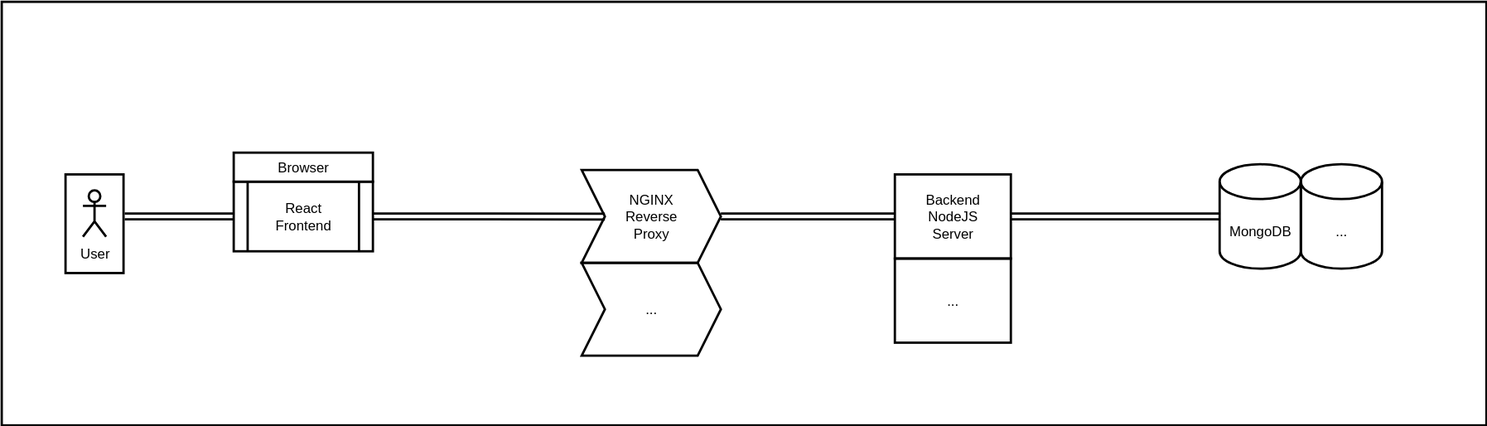
This is docs/ADAD_project_architecture.svg from rodfer0x80/meti-adad, a draw.io export, as it was before one commit. Source tidied: cells renumbered, new cells last; positions are measured from the earlier drawing's top-left corner, leaving out a move shared by most shapes. Source of this version:
```xml
<mxGraphModel>
  <root>
    <mxCell id="0" />
    <mxCell id="1" parent="0" />
    <mxCell id="2" style="rounded=0;whiteSpace=wrap;html=1;strokeWidth=2;fillColor=none;" parent="1" vertex="1">
      <mxGeometry width="1280" height="365" as="geometry" />
    </mxCell>
    <mxCell id="3" value="User" style="shape=umlActor;verticalLabelPosition=bottom;verticalAlign=top;html=1;strokeWidth=2;" parent="1" vertex="1">
      <mxGeometry x="70" y="162.5" width="20" height="40" as="geometry" />
    </mxCell>
    <mxCell id="4" style="edgeStyle=orthogonalEdgeStyle;rounded=0;jettySize=auto;html=1;strokeWidth=2;shape=link;" parent="1" edge="1" source="5">
      <mxGeometry relative="1" as="geometry">
        <mxPoint x="520" y="185.1" as="targetPoint" />
      </mxGeometry>
    </mxCell>
    <mxCell id="5" value="React&lt;div&gt;Frontend&lt;/div&gt;" style="shape=process;whiteSpace=wrap;html=1;backgroundOutline=1;fillColor=none;strokeWidth=2;" parent="1" vertex="1">
      <mxGeometry x="200" y="155" width="120" height="60" as="geometry" />
    </mxCell>
    <mxCell id="6" value="Browser" style="rounded=0;whiteSpace=wrap;html=1;strokeWidth=2;" parent="1" vertex="1">
      <mxGeometry x="200" y="130" width="120" height="25" as="geometry" />
    </mxCell>
    <mxCell id="7" style="rounded=0;jettySize=auto;html=1;strokeWidth=2;shape=link;" parent="1" edge="1" target="9">
      <mxGeometry relative="1" as="geometry">
        <mxPoint x="620" y="185" as="sourcePoint" />
      </mxGeometry>
    </mxCell>
    <mxCell id="8" style="edgeStyle=orthogonalEdgeStyle;rounded=0;orthogonalLoop=1;jettySize=auto;html=1;shape=link;strokeWidth=2;" parent="1" edge="1">
      <mxGeometry relative="1" as="geometry">
        <mxPoint x="106" y="185" as="sourcePoint" />
        <mxPoint x="200" y="185" as="targetPoint" />
      </mxGeometry>
    </mxCell>
    <mxCell id="9" value="Backend&lt;br&gt;NodeJS&lt;br&gt;Server" style="rounded=0;whiteSpace=wrap;html=1;fillColor=none;strokeWidth=2;" parent="1" vertex="1">
      <mxGeometry x="770" y="148.8" width="100" height="72.5" as="geometry" />
    </mxCell>
    <mxCell id="10" style="rounded=0;whiteSpace=wrap;html=1;fillColor=none;strokeWidth=2;perimeterSpacing=1;" parent="1" vertex="1">
      <mxGeometry x="55" y="148.8" width="50" height="85" as="geometry" />
    </mxCell>
    <mxCell id="11" value="MongoDB" style="shape=cylinder3;whiteSpace=wrap;html=1;boundedLbl=1;backgroundOutline=1;size=15;strokeWidth=2;fillColor=none;" parent="1" vertex="1">
      <mxGeometry x="1050" y="140" width="70" height="90" as="geometry" />
    </mxCell>
    <mxCell id="12" value="..." style="shape=cylinder3;whiteSpace=wrap;html=1;boundedLbl=1;backgroundOutline=1;size=15;strokeWidth=2;fillColor=none;" parent="1" vertex="1">
      <mxGeometry x="1120" y="140" width="70" height="90" as="geometry" />
    </mxCell>
    <mxCell id="13" value="..." style="rounded=0;whiteSpace=wrap;html=1;fillColor=none;strokeWidth=2;" parent="1" vertex="1">
      <mxGeometry x="770" y="221.2" width="100" height="72.5" as="geometry" />
    </mxCell>
    <mxCell id="14" value="NGINX&lt;div&gt;Reverse&lt;br&gt;Proxy&lt;/div&gt;" style="shape=step;perimeter=stepPerimeter;whiteSpace=wrap;html=1;fixedSize=1;fillColor=none;strokeWidth=2;" parent="1" vertex="1">
      <mxGeometry x="500" y="145" width="120" height="80" as="geometry" />
    </mxCell>
    <mxCell id="15" value="..." style="shape=step;perimeter=stepPerimeter;whiteSpace=wrap;html=1;fixedSize=1;fillColor=none;strokeWidth=2;" parent="1" vertex="1">
      <mxGeometry x="500" y="225" width="120" height="80" as="geometry" />
    </mxCell>
    <mxCell id="16" style="edgeStyle=orthogonalEdgeStyle;rounded=0;jettySize=auto;html=1;entryX=0;entryY=0.5;entryDx=0;entryDy=0;entryPerimeter=0;strokeWidth=2;shape=link;" parent="1" edge="1" source="9" target="11">
      <mxGeometry relative="1" as="geometry" />
    </mxCell>
  </root>
</mxGraphModel>
```
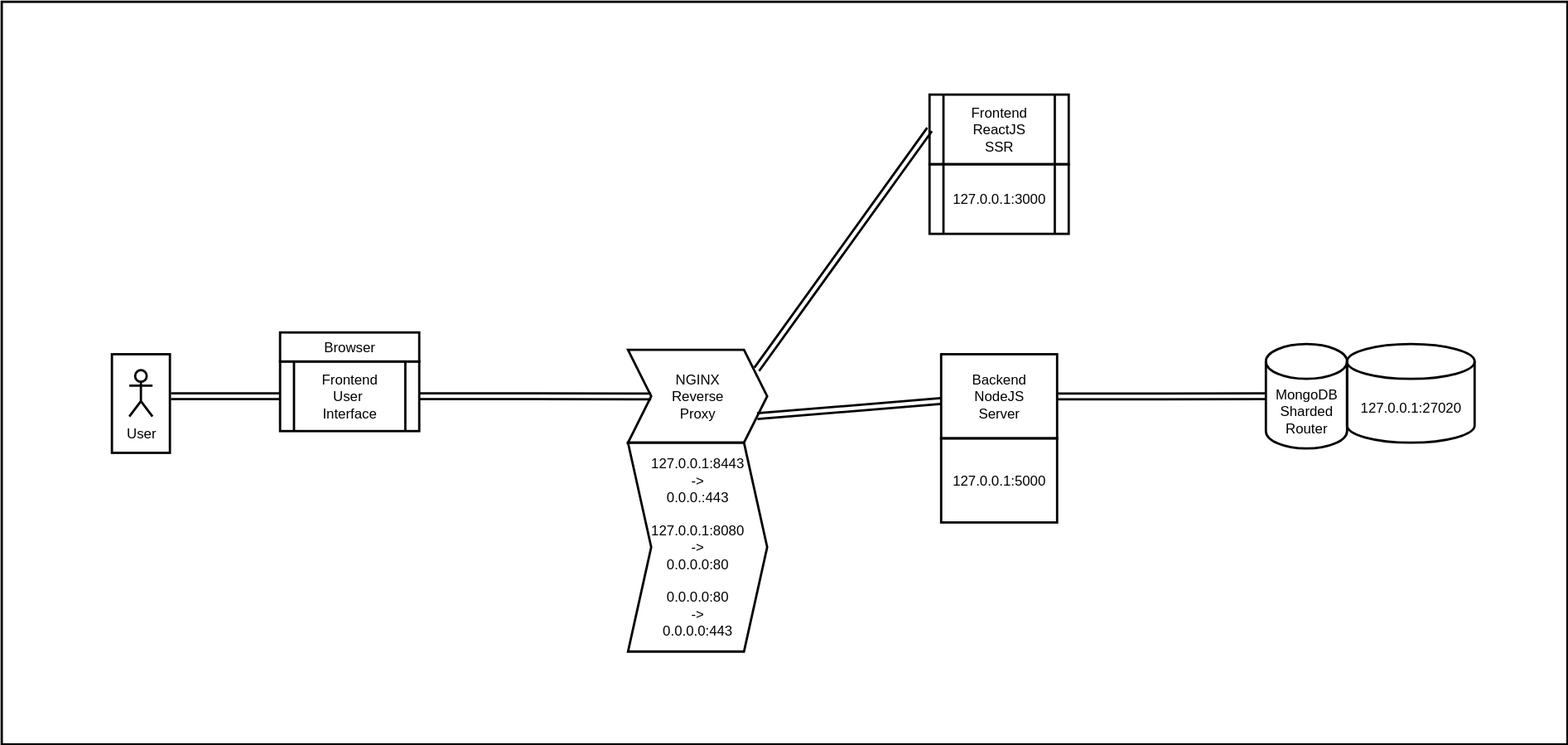
After the commit.

Change to the diagram source:
```diff
@@ -3,7 +3,7 @@
     <mxCell id="0" />
     <mxCell id="1" parent="0" />
     <mxCell id="2" style="rounded=0;whiteSpace=wrap;html=1;strokeWidth=2;fillColor=none;" parent="1" vertex="1">
-      <mxGeometry width="1280" height="365" as="geometry" />
+      <mxGeometry x="-40" y="-155" width="1350" height="640" as="geometry" />
     </mxCell>
     <mxCell id="3" value="User" style="shape=umlActor;verticalLabelPosition=bottom;verticalAlign=top;html=1;strokeWidth=2;" parent="1" vertex="1">
       <mxGeometry x="70" y="162.5" width="20" height="40" as="geometry" />
@@ -13,16 +13,14 @@
         <mxPoint x="520" y="185.1" as="targetPoint" />
       </mxGeometry>
     </mxCell>
-    <mxCell id="5" value="React&lt;div&gt;Frontend&lt;/div&gt;" style="shape=process;whiteSpace=wrap;html=1;backgroundOutline=1;fillColor=none;strokeWidth=2;" parent="1" vertex="1">
+    <mxCell id="5" value="&lt;div&gt;Frontend&lt;/div&gt;&lt;div&gt;User&amp;nbsp;&lt;/div&gt;&lt;div&gt;Interface&lt;/div&gt;" style="shape=process;whiteSpace=wrap;html=1;backgroundOutline=1;fillColor=none;strokeWidth=2;" parent="1" vertex="1">
       <mxGeometry x="200" y="155" width="120" height="60" as="geometry" />
     </mxCell>
     <mxCell id="6" value="Browser" style="rounded=0;whiteSpace=wrap;html=1;strokeWidth=2;" parent="1" vertex="1">
       <mxGeometry x="200" y="130" width="120" height="25" as="geometry" />
     </mxCell>
-    <mxCell id="7" style="rounded=0;jettySize=auto;html=1;strokeWidth=2;shape=link;" parent="1" edge="1" target="9">
-      <mxGeometry relative="1" as="geometry">
-        <mxPoint x="620" y="185" as="sourcePoint" />
-      </mxGeometry>
+    <mxCell id="7" style="rounded=0;jettySize=auto;html=1;strokeWidth=2;shape=link;exitX=1;exitY=0.75;exitDx=0;exitDy=0;" parent="1" edge="1" source="14" target="9">
+      <mxGeometry relative="1" as="geometry" />
     </mxCell>
     <mxCell id="8" style="edgeStyle=orthogonalEdgeStyle;rounded=0;orthogonalLoop=1;jettySize=auto;html=1;shape=link;strokeWidth=2;" parent="1" edge="1">
       <mxGeometry relative="1" as="geometry">
@@ -36,23 +34,34 @@
     <mxCell id="10" style="rounded=0;whiteSpace=wrap;html=1;fillColor=none;strokeWidth=2;perimeterSpacing=1;" parent="1" vertex="1">
       <mxGeometry x="55" y="148.8" width="50" height="85" as="geometry" />
     </mxCell>
-    <mxCell id="11" value="MongoDB" style="shape=cylinder3;whiteSpace=wrap;html=1;boundedLbl=1;backgroundOutline=1;size=15;strokeWidth=2;fillColor=none;" parent="1" vertex="1">
+    <mxCell id="11" value="MongoDB&lt;div&gt;Sharded&lt;br&gt;Router&lt;/div&gt;" style="shape=cylinder3;whiteSpace=wrap;html=1;boundedLbl=1;backgroundOutline=1;size=15;strokeWidth=2;fillColor=none;" parent="1" vertex="1">
       <mxGeometry x="1050" y="140" width="70" height="90" as="geometry" />
     </mxCell>
-    <mxCell id="12" value="..." style="shape=cylinder3;whiteSpace=wrap;html=1;boundedLbl=1;backgroundOutline=1;size=15;strokeWidth=2;fillColor=none;" parent="1" vertex="1">
-      <mxGeometry x="1120" y="140" width="70" height="90" as="geometry" />
+    <mxCell id="12" value="127.0.0.1:27020" style="shape=cylinder3;whiteSpace=wrap;html=1;boundedLbl=1;backgroundOutline=1;size=15;strokeWidth=2;fillColor=none;" parent="1" vertex="1">
+      <mxGeometry x="1120" y="140" width="110" height="85" as="geometry" />
     </mxCell>
-    <mxCell id="13" value="..." style="rounded=0;whiteSpace=wrap;html=1;fillColor=none;strokeWidth=2;" parent="1" vertex="1">
+    <mxCell id="13" value="127.0.0.1:5000" style="rounded=0;whiteSpace=wrap;html=1;fillColor=none;strokeWidth=2;" parent="1" vertex="1">
       <mxGeometry x="770" y="221.2" width="100" height="72.5" as="geometry" />
     </mxCell>
     <mxCell id="14" value="NGINX&lt;div&gt;Reverse&lt;br&gt;Proxy&lt;/div&gt;" style="shape=step;perimeter=stepPerimeter;whiteSpace=wrap;html=1;fixedSize=1;fillColor=none;strokeWidth=2;" parent="1" vertex="1">
       <mxGeometry x="500" y="145" width="120" height="80" as="geometry" />
     </mxCell>
-    <mxCell id="15" value="..." style="shape=step;perimeter=stepPerimeter;whiteSpace=wrap;html=1;fixedSize=1;fillColor=none;strokeWidth=2;" parent="1" vertex="1">
-      <mxGeometry x="500" y="225" width="120" height="80" as="geometry" />
+    <mxCell id="15" value="127.0.0.1:8443&lt;div&gt;-&amp;gt;&lt;/div&gt;&lt;div&gt;0.0.0.:443&lt;/div&gt;&lt;div&gt;&lt;br&gt;&lt;/div&gt;&lt;div&gt;127.0.0.1:8080&lt;div&gt;-&amp;gt;&lt;/div&gt;&lt;div&gt;0.0.0.0:80&lt;/div&gt;&lt;/div&gt;&lt;div&gt;&lt;br&gt;&lt;/div&gt;&lt;div&gt;0.0.0.0:80&lt;/div&gt;&lt;div&gt;-&amp;gt;&lt;/div&gt;&lt;div&gt;0.0.0.0:443&lt;/div&gt;" style="shape=step;perimeter=stepPerimeter;whiteSpace=wrap;html=1;fixedSize=1;fillColor=none;strokeWidth=2;" parent="1" vertex="1">
+      <mxGeometry x="500" y="225" width="120" height="180" as="geometry" />
     </mxCell>
     <mxCell id="16" style="edgeStyle=orthogonalEdgeStyle;rounded=0;jettySize=auto;html=1;entryX=0;entryY=0.5;entryDx=0;entryDy=0;entryPerimeter=0;strokeWidth=2;shape=link;" parent="1" edge="1" source="9" target="11">
       <mxGeometry relative="1" as="geometry" />
     </mxCell>
+    <mxCell id="17" value="&lt;div&gt;Frontend&lt;/div&gt;&lt;div&gt;ReactJS&lt;/div&gt;&lt;div&gt;SSR&lt;/div&gt;" style="shape=process;whiteSpace=wrap;html=1;backgroundOutline=1;fillColor=none;strokeWidth=2;" parent="1" vertex="1">
+      <mxGeometry x="760" y="-75" width="120" height="60" as="geometry" />
+    </mxCell>
+    <mxCell id="18" value="&lt;div&gt;127.0.0.1:3000&lt;/div&gt;" style="shape=process;whiteSpace=wrap;html=1;backgroundOutline=1;fillColor=none;strokeWidth=2;" parent="1" vertex="1">
+      <mxGeometry x="760" y="-15" width="120" height="60" as="geometry" />
+    </mxCell>
+    <mxCell id="19" style="rounded=0;jettySize=auto;html=1;strokeWidth=2;shape=link;exitX=1;exitY=0.75;exitDx=0;exitDy=0;entryX=0;entryY=0.5;entryDx=0;entryDy=0;" parent="1" edge="1" target="17">
+      <mxGeometry relative="1" as="geometry">
+        <mxPoint x="611" y="161.8" as="sourcePoint" />
+      </mxGeometry>
+    </mxCell>
   </root>
 </mxGraphModel>
```
